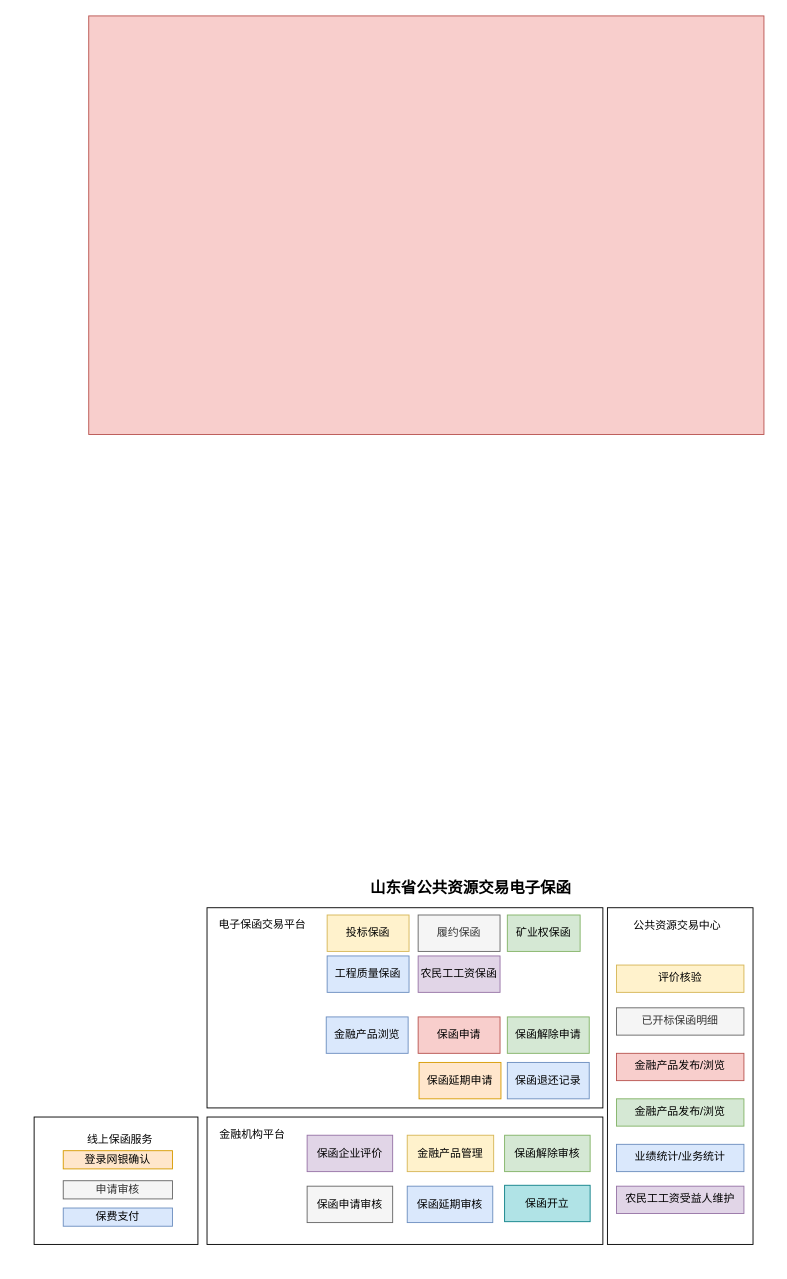
Above: Untitled Diagram.drawio in hyk95/git (draw.io), before the change. Source tidied: cells renumbered, new cells numbered last; positions are measured from the earlier drawing's top-left corner, leaving out a move shared by most shapes. Both pictures are drawn from the tidied source at 91%, with x=0, y=0 at pixel (34, 15).
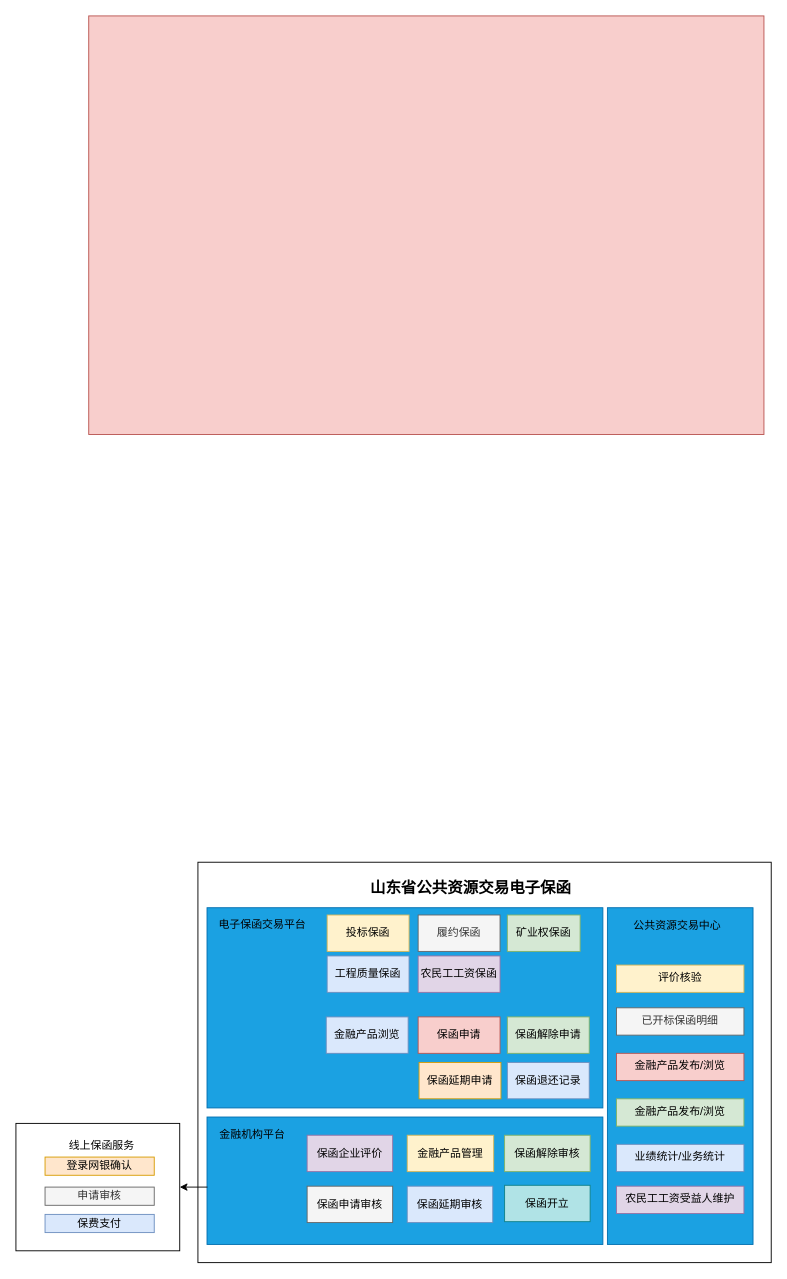
After the change.

Diff of the diagram source:
```diff
@@
+    <mxCell id="38" style="rounded=0;whiteSpace=wrap;html=1;align=center;" parent="1" vertex="1">
+      <mxGeometry x="180" y="930" width="630" height="440" as="geometry" />
+    </mxCell>
@@
-    <mxCell id="3" style="rounded=0;whiteSpace=wrap;html=1;" parent="1" vertex="1">
+    <mxCell id="3" style="rounded=0;whiteSpace=wrap;html=1;fillColor=#1ba1e2;strokeColor=#006EAF;fontColor=#ffffff;" parent="1" vertex="1">
       <mxGeometry x="630" y="980" width="160" height="370" as="geometry" />
     </mxCell>
-    <mxCell id="4" style="rounded=0;whiteSpace=wrap;html=1;" parent="1" vertex="1">
+    <mxCell id="4" style="rounded=0;whiteSpace=wrap;html=1;fillColor=#1ba1e2;strokeColor=#006EAF;fontColor=#ffffff;" parent="1" vertex="1">
       <mxGeometry x="190" y="980" width="435" height="220" as="geometry" />
     </mxCell>
@@
-    <mxCell id="12" style="rounded=0;whiteSpace=wrap;html=1;" parent="1" vertex="1">
+    <mxCell id="12" style="rounded=0;whiteSpace=wrap;html=1;fillColor=#1ba1e2;strokeColor=#006EAF;fontColor=#ffffff;" parent="1" vertex="1">
       <mxGeometry x="190" y="1210" width="435" height="140" as="geometry" />
     </mxCell>
@@
     <mxCell id="19" style="rounded=0;whiteSpace=wrap;html=1;" parent="1" vertex="1">
-      <mxGeometry y="1210" width="180" height="140" as="geometry" />
+      <mxGeometry x="-20" y="1217" width="180" height="140" as="geometry" />
     </mxCell>
     <mxCell id="20" value="线上保函服务" style="text;html=1;strokeColor=none;fillColor=none;align=center;verticalAlign=middle;whiteSpace=wrap;rounded=0;" parent="1" vertex="1">
-      <mxGeometry x="52" y="1225" width="85" height="20" as="geometry" />
+      <mxGeometry x="32" y="1232" width="85" height="20" as="geometry" />
     </mxCell>
     <mxCell id="21" value="登录网银确认" style="rounded=0;whiteSpace=wrap;html=1;fillColor=#ffe6cc;strokeColor=#d79b00;" parent="1" vertex="1">
-      <mxGeometry x="32" y="1247" width="120" height="20" as="geometry" />
+      <mxGeometry x="12" y="1254" width="120" height="20" as="geometry" />
     </mxCell>
     <mxCell id="22" value="申请审核" style="rounded=0;whiteSpace=wrap;html=1;fillColor=#f5f5f5;strokeColor=#666666;fontColor=#333333;" parent="1" vertex="1">
-      <mxGeometry x="32" y="1280" width="120" height="20" as="geometry" />
+      <mxGeometry x="12" y="1287" width="120" height="20" as="geometry" />
     </mxCell>
     <mxCell id="23" value="保费支付" style="rounded=0;whiteSpace=wrap;html=1;fillColor=#dae8fc;strokeColor=#6c8ebf;" parent="1" vertex="1">
-      <mxGeometry x="32" y="1310" width="120" height="20" as="geometry" />
+      <mxGeometry x="12" y="1317" width="120" height="20" as="geometry" />
     </mxCell>
@@
+    <mxCell id="39" style="endArrow=classic;html=1;exitX=0.001;exitY=0.55;exitDx=0;exitDy=0;exitPerimeter=0;" parent="1" edge="1" source="12" target="19">
+      <mxGeometry relative="1" as="geometry" />
+    </mxCell>
```
